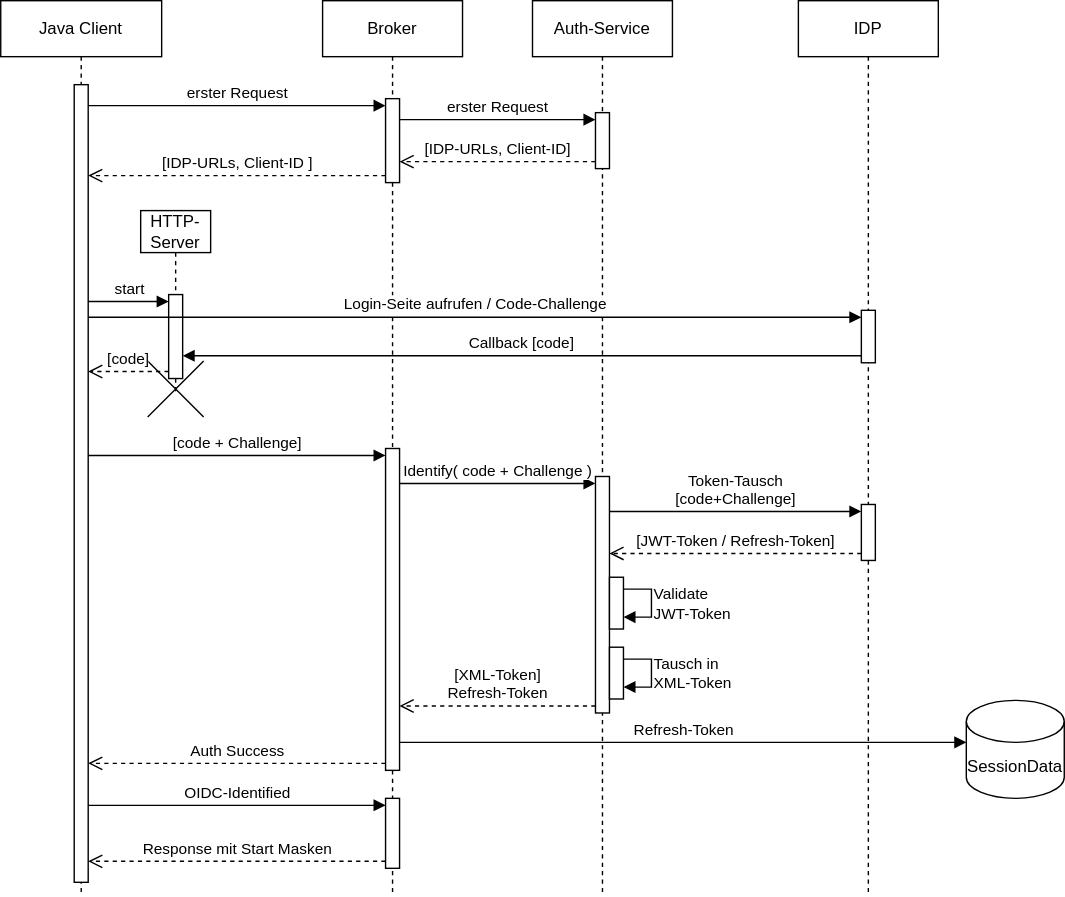
Before: v4.8.preview/doc/authentication-service/media/oidc-login-flow.drawio.svg, a diagram exported from draw.io (FrameworkSystemsGmbH/fsdocs). Source tidied: cells renumbered, new cells last; positions are measured from the earlier drawing's top-left corner, leaving out a move shared by most shapes. Source of this version:
```xml
<mxGraphModel background="#ffffff">
  <root>
    <mxCell id="0" />
    <mxCell id="1" parent="0" />
    <mxCell id="2" value="Java Client" style="shape=umlLifeline;perimeter=lifelinePerimeter;whiteSpace=wrap;html=1;newEdgeStyle={&quot;edgeStyle&quot;:&quot;elbowEdgeStyle&quot;,&quot;elbow&quot;:&quot;vertical&quot;,&quot;curved&quot;:0,&quot;rounded&quot;:0};" parent="1" vertex="1">
      <mxGeometry width="115" height="640" as="geometry" />
    </mxCell>
    <mxCell id="3" style="html=1;points=[[0,0,0,0,5],[0,1,0,0,-5],[1,0,0,0,5],[1,1,0,0,-5]];perimeter=orthogonalPerimeter;outlineConnect=0;targetShapes=umlLifeline;portConstraint=eastwest;newEdgeStyle={&quot;curved&quot;:0,&quot;rounded&quot;:0};" parent="2" vertex="1">
      <mxGeometry x="52.5" y="60" width="10" height="570" as="geometry" />
    </mxCell>
    <mxCell id="4" value="Broker" style="shape=umlLifeline;perimeter=lifelinePerimeter;whiteSpace=wrap;html=1;newEdgeStyle={&quot;edgeStyle&quot;:&quot;elbowEdgeStyle&quot;,&quot;elbow&quot;:&quot;vertical&quot;,&quot;curved&quot;:0,&quot;rounded&quot;:0};" parent="1" vertex="1">
      <mxGeometry x="230" width="100" height="640" as="geometry" />
    </mxCell>
    <mxCell id="5" style="html=1;points=[[0,0,0,0,5],[0,1,0,0,-5],[1,0,0,0,5],[1,1,0,0,-5]];perimeter=orthogonalPerimeter;outlineConnect=0;targetShapes=umlLifeline;portConstraint=eastwest;newEdgeStyle={&quot;curved&quot;:0,&quot;rounded&quot;:0};" parent="4" vertex="1">
      <mxGeometry x="45" y="70" width="10" height="60" as="geometry" />
    </mxCell>
    <mxCell id="6" style="html=1;points=[[0,0,0,0,5],[0,1,0,0,-5],[1,0,0,0,5],[1,1,0,0,-5]];perimeter=orthogonalPerimeter;outlineConnect=0;targetShapes=umlLifeline;portConstraint=eastwest;newEdgeStyle={&quot;curved&quot;:0,&quot;rounded&quot;:0};" parent="4" vertex="1">
      <mxGeometry x="45" y="320" width="10" height="230" as="geometry" />
    </mxCell>
    <mxCell id="7" style="html=1;points=[[0,0,0,0,5],[0,1,0,0,-5],[1,0,0,0,5],[1,1,0,0,-5]];perimeter=orthogonalPerimeter;outlineConnect=0;targetShapes=umlLifeline;portConstraint=eastwest;newEdgeStyle={&quot;curved&quot;:0,&quot;rounded&quot;:0};" parent="4" vertex="1">
      <mxGeometry x="45" y="570" width="10" height="50" as="geometry" />
    </mxCell>
    <mxCell id="8" value="erster Request" style="html=1;verticalAlign=bottom;endArrow=block;curved=0;rounded=0;entryX=0;entryY=0;entryDx=0;entryDy=5;entryPerimeter=0;" parent="1" edge="1" source="3" target="5">
      <mxGeometry relative="1" as="geometry" />
    </mxCell>
    <mxCell id="9" value="Auth-Service" style="shape=umlLifeline;perimeter=lifelinePerimeter;whiteSpace=wrap;html=1;newEdgeStyle={&quot;edgeStyle&quot;:&quot;elbowEdgeStyle&quot;,&quot;elbow&quot;:&quot;vertical&quot;,&quot;curved&quot;:0,&quot;rounded&quot;:0};" parent="1" vertex="1">
      <mxGeometry x="380" width="100" height="640" as="geometry" />
    </mxCell>
    <mxCell id="10" style="html=1;points=[[0,0,0,0,5],[0,1,0,0,-5],[1,0,0,0,5],[1,1,0,0,-5]];perimeter=orthogonalPerimeter;outlineConnect=0;targetShapes=umlLifeline;portConstraint=eastwest;newEdgeStyle={&quot;curved&quot;:0,&quot;rounded&quot;:0};" parent="9" vertex="1">
      <mxGeometry x="45" y="80" width="10" height="40" as="geometry" />
    </mxCell>
    <mxCell id="11" style="html=1;points=[[0,0,0,0,5],[0,1,0,0,-5],[1,0,0,0,5],[1,1,0,0,-5]];perimeter=orthogonalPerimeter;outlineConnect=0;targetShapes=umlLifeline;portConstraint=eastwest;newEdgeStyle={&quot;curved&quot;:0,&quot;rounded&quot;:0};" parent="9" vertex="1">
      <mxGeometry x="45" y="340" width="10" height="169" as="geometry" />
    </mxCell>
    <mxCell id="12" style="html=1;points=[[0,0,0,0,5],[0,1,0,0,-5],[1,0,0,0,5],[1,1,0,0,-5]];perimeter=orthogonalPerimeter;outlineConnect=0;targetShapes=umlLifeline;portConstraint=eastwest;newEdgeStyle={&quot;curved&quot;:0,&quot;rounded&quot;:0};" parent="9" vertex="1">
      <mxGeometry x="55" y="412" width="10" height="37" as="geometry" />
    </mxCell>
    <mxCell id="13" value="Validate&lt;br&gt;JWT-Token" style="html=1;verticalAlign=middle;endArrow=block;curved=0;rounded=0;labelPosition=right;verticalLabelPosition=middle;align=left;" parent="9" edge="1" source="12" target="12">
      <mxGeometry relative="1" as="geometry" />
    </mxCell>
    <mxCell id="14" style="html=1;points=[[0,0,0,0,5],[0,1,0,0,-5],[1,0,0,0,5],[1,1,0,0,-5]];perimeter=orthogonalPerimeter;outlineConnect=0;targetShapes=umlLifeline;portConstraint=eastwest;newEdgeStyle={&quot;curved&quot;:0,&quot;rounded&quot;:0};" parent="9" vertex="1">
      <mxGeometry x="55" y="462" width="10" height="37" as="geometry" />
    </mxCell>
    <mxCell id="15" value="Tausch in&lt;br&gt;XML-Token" style="html=1;verticalAlign=middle;endArrow=block;curved=0;rounded=0;labelPosition=right;verticalLabelPosition=middle;align=left;" parent="9" edge="1" source="14" target="14">
      <mxGeometry relative="1" as="geometry" />
    </mxCell>
    <mxCell id="16" value="erster Request" style="html=1;verticalAlign=bottom;endArrow=block;curved=0;rounded=0;entryX=0;entryY=0;entryDx=0;entryDy=5;entryPerimeter=0;" parent="1" edge="1" source="5" target="10">
      <mxGeometry relative="1" as="geometry" />
    </mxCell>
    <mxCell id="17" value="[IDP-URLs, Client-ID]" style="html=1;verticalAlign=bottom;endArrow=open;dashed=1;endSize=8;curved=0;rounded=0;exitX=0;exitY=1;exitDx=0;exitDy=-5;exitPerimeter=0;" parent="1" edge="1" source="10" target="5">
      <mxGeometry relative="1" as="geometry" />
    </mxCell>
    <mxCell id="18" value="&lt;span style=&quot;color: rgb(0, 0, 0);&quot;&gt;[IDP-URLs, Client-ID&lt;/span&gt;&lt;span style=&quot;color: rgb(0, 0, 0);&quot;&gt;]&lt;/span&gt;" style="html=1;verticalAlign=bottom;endArrow=open;dashed=1;endSize=8;curved=0;rounded=0;exitX=0;exitY=1;exitDx=0;exitDy=-5;exitPerimeter=0;" parent="1" edge="1" source="5" target="3">
      <mxGeometry relative="1" as="geometry" />
    </mxCell>
    <mxCell id="19" value="HTTP-Server" style="shape=umlLifeline;perimeter=lifelinePerimeter;whiteSpace=wrap;html=1;newEdgeStyle={&quot;edgeStyle&quot;:&quot;elbowEdgeStyle&quot;,&quot;elbow&quot;:&quot;vertical&quot;,&quot;curved&quot;:0,&quot;rounded&quot;:0};size=30;" parent="1" vertex="1">
      <mxGeometry x="100" y="150" width="50" height="130" as="geometry" />
    </mxCell>
    <mxCell id="20" style="html=1;points=[[0,0,0,0,5],[0,1,0,0,-5],[1,0,0,0,5],[1,1,0,0,-5]];perimeter=orthogonalPerimeter;outlineConnect=0;targetShapes=umlLifeline;portConstraint=eastwest;newEdgeStyle={&quot;curved&quot;:0,&quot;rounded&quot;:0};" parent="19" vertex="1">
      <mxGeometry x="20" y="60" width="10" height="60" as="geometry" />
    </mxCell>
    <mxCell id="21" style="shape=umlDestroy;dashed=0;targetShapes=umlLifeline;" parent="19" vertex="1">
      <mxGeometry x="5" y="107.5" width="40" height="40" as="geometry" />
    </mxCell>
    <mxCell id="22" value="IDP" style="shape=umlLifeline;perimeter=lifelinePerimeter;whiteSpace=wrap;html=1;newEdgeStyle={&quot;edgeStyle&quot;:&quot;elbowEdgeStyle&quot;,&quot;elbow&quot;:&quot;vertical&quot;,&quot;curved&quot;:0,&quot;rounded&quot;:0};" parent="1" vertex="1">
      <mxGeometry x="570" width="100" height="640" as="geometry" />
    </mxCell>
    <mxCell id="23" style="html=1;points=[[0,0,0,0,5],[0,1,0,0,-5],[1,0,0,0,5],[1,1,0,0,-5]];perimeter=orthogonalPerimeter;outlineConnect=0;targetShapes=umlLifeline;portConstraint=eastwest;newEdgeStyle={&quot;curved&quot;:0,&quot;rounded&quot;:0};" parent="22" vertex="1">
      <mxGeometry x="45" y="221.2" width="10" height="37.5" as="geometry" />
    </mxCell>
    <mxCell id="24" style="html=1;points=[[0,0,0,0,5],[0,1,0,0,-5],[1,0,0,0,5],[1,1,0,0,-5]];perimeter=orthogonalPerimeter;outlineConnect=0;targetShapes=umlLifeline;portConstraint=eastwest;newEdgeStyle={&quot;curved&quot;:0,&quot;rounded&quot;:0};" parent="22" vertex="1">
      <mxGeometry x="45" y="360" width="10" height="40" as="geometry" />
    </mxCell>
    <mxCell id="25" value="Login-Seite aufrufen / Code-Challenge" style="html=1;verticalAlign=bottom;endArrow=block;curved=0;rounded=0;entryX=0;entryY=0;entryDx=0;entryDy=5;entryPerimeter=0;" parent="1" edge="1" source="3" target="23">
      <mxGeometry relative="1" as="geometry" />
    </mxCell>
    <mxCell id="26" value="Callback [code]" style="html=1;verticalAlign=bottom;endArrow=block;curved=0;rounded=0;exitX=0;exitY=1;exitDx=0;exitDy=-5;exitPerimeter=0;" parent="1" edge="1" source="23" target="20">
      <mxGeometry relative="1" as="geometry" />
    </mxCell>
    <mxCell id="27" value="[code]" style="edgeStyle=none;html=1;curved=0;rounded=0;exitX=0;exitY=1;exitDx=0;exitDy=-5;exitPerimeter=0;verticalAlign=bottom;endArrow=open;dashed=1;endSize=8;" parent="1" edge="1" source="20" target="3">
      <mxGeometry relative="1" as="geometry" />
    </mxCell>
    <mxCell id="28" value="Token-Tausch&lt;br&gt;[code+Challenge]" style="html=1;verticalAlign=bottom;endArrow=block;curved=0;rounded=0;entryX=0;entryY=0;entryDx=0;entryDy=5;entryPerimeter=0;" parent="1" edge="1" source="11" target="24">
      <mxGeometry relative="1" as="geometry" />
    </mxCell>
    <mxCell id="29" value="[JWT-Token / Refresh-Token]" style="html=1;verticalAlign=bottom;endArrow=open;dashed=1;endSize=8;curved=0;rounded=0;exitX=0;exitY=1;exitDx=0;exitDy=-5;exitPerimeter=0;" parent="1" edge="1" source="24" target="11">
      <mxGeometry relative="1" as="geometry" />
    </mxCell>
    <mxCell id="30" value="[code + Challenge]" style="html=1;verticalAlign=bottom;endArrow=block;curved=0;rounded=0;entryX=0;entryY=0;entryDx=0;entryDy=5;entryPerimeter=0;" parent="1" edge="1" source="3" target="6">
      <mxGeometry relative="1" as="geometry" />
    </mxCell>
    <mxCell id="31" value="Identify(&lt;span style=&quot;color: rgb(0, 0, 0);&quot;&gt;code + Challenge&lt;/span&gt;)" style="html=1;verticalAlign=bottom;endArrow=block;curved=0;rounded=0;entryX=0;entryY=0;entryDx=0;entryDy=5;entryPerimeter=0;" parent="1" edge="1" source="6" target="11">
      <mxGeometry relative="1" as="geometry" />
    </mxCell>
    <mxCell id="32" value="[XML-Token]&lt;br&gt;Refresh-Token" style="html=1;verticalAlign=bottom;endArrow=open;dashed=1;endSize=8;curved=0;rounded=0;exitX=0;exitY=1;exitDx=0;exitDy=-5;exitPerimeter=0;" parent="1" edge="1" source="11" target="6">
      <mxGeometry relative="1" as="geometry" />
    </mxCell>
    <mxCell id="33" value="start" style="html=1;verticalAlign=bottom;endArrow=block;curved=0;rounded=0;entryX=0;entryY=0;entryDx=0;entryDy=5;entryPerimeter=0;" parent="1" edge="1" source="3" target="20">
      <mxGeometry relative="1" as="geometry" />
    </mxCell>
    <mxCell id="34" value="Response mit Start Masken" style="html=1;verticalAlign=bottom;endArrow=open;dashed=1;endSize=8;curved=0;rounded=0;exitX=0;exitY=1;exitDx=0;exitDy=-5;exitPerimeter=0;" parent="1" edge="1" source="7" target="3">
      <mxGeometry relative="1" as="geometry" />
    </mxCell>
    <mxCell id="35" value="&lt;span style=&quot;color: rgb(0, 0, 0);&quot;&gt;SessionData&lt;/span&gt;" style="shape=cylinder3;whiteSpace=wrap;html=1;boundedLbl=1;backgroundOutline=1;size=15;" parent="1" vertex="1">
      <mxGeometry x="690" y="500" width="70" height="70" as="geometry" />
    </mxCell>
    <mxCell id="36" value="Refresh-Token" style="html=1;verticalAlign=bottom;endArrow=block;curved=0;rounded=0;entryX=0;entryY=0;entryDx=0;entryDy=30;entryPerimeter=0;" parent="1" edge="1" source="6" target="35">
      <mxGeometry relative="1" as="geometry" />
    </mxCell>
    <mxCell id="37" value="Auth Success" style="html=1;verticalAlign=bottom;endArrow=open;dashed=1;endSize=8;curved=0;rounded=0;exitX=0;exitY=1;exitDx=0;exitDy=-5;exitPerimeter=0;" parent="1" edge="1" source="6" target="3">
      <mxGeometry relative="1" as="geometry" />
    </mxCell>
    <mxCell id="38" value="OIDC-Identified" style="html=1;verticalAlign=bottom;endArrow=block;curved=0;rounded=0;entryX=0;entryY=0;entryDx=0;entryDy=5;entryPerimeter=0;" parent="1" edge="1" source="3" target="7">
      <mxGeometry relative="1" as="geometry" />
    </mxCell>
  </root>
</mxGraphModel>
```
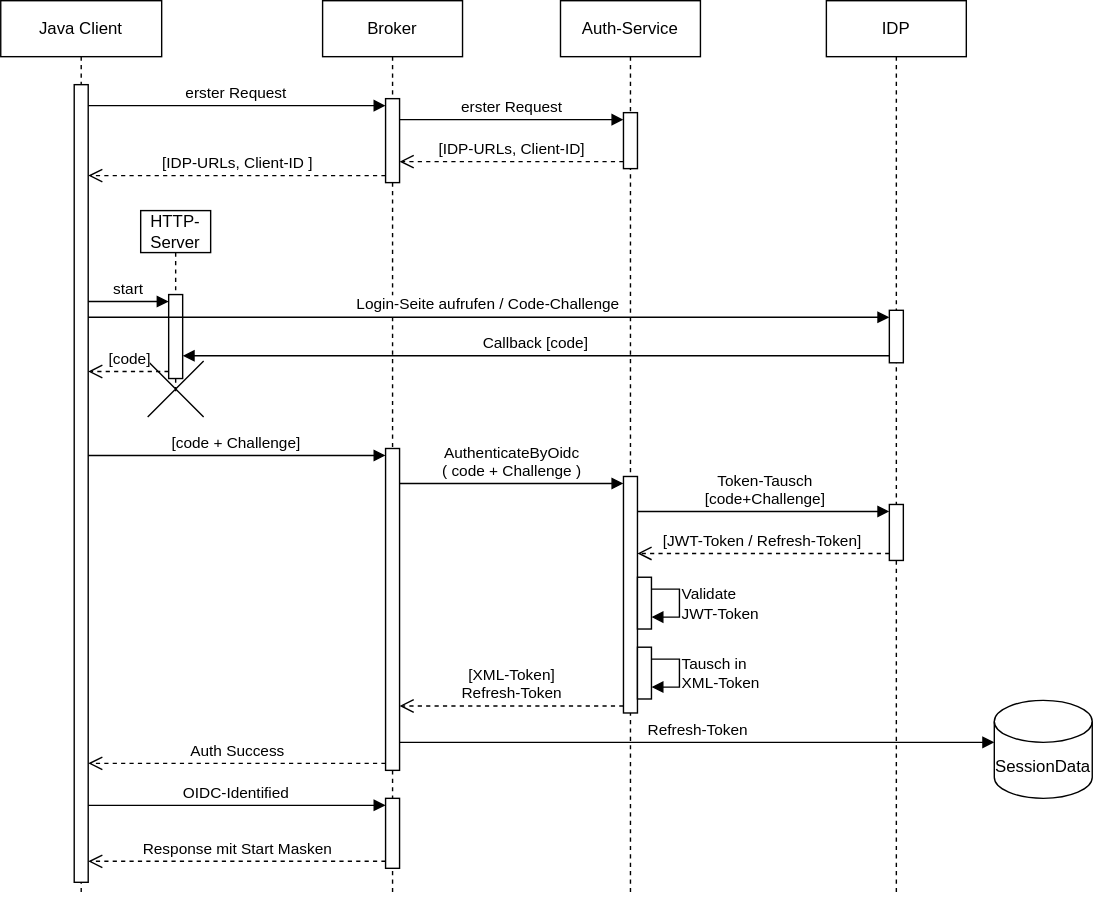
After the commit.

Diff of the diagram source:
```diff
@@ -24,7 +24,7 @@
       <mxGeometry relative="1" as="geometry" />
     </mxCell>
     <mxCell id="9" value="Auth-Service" style="shape=umlLifeline;perimeter=lifelinePerimeter;whiteSpace=wrap;html=1;newEdgeStyle={&quot;edgeStyle&quot;:&quot;elbowEdgeStyle&quot;,&quot;elbow&quot;:&quot;vertical&quot;,&quot;curved&quot;:0,&quot;rounded&quot;:0};" parent="1" vertex="1">
-      <mxGeometry x="380" width="100" height="640" as="geometry" />
+      <mxGeometry x="400" width="100" height="640" as="geometry" />
     </mxCell>
     <mxCell id="10" style="html=1;points=[[0,0,0,0,5],[0,1,0,0,-5],[1,0,0,0,5],[1,1,0,0,-5]];perimeter=orthogonalPerimeter;outlineConnect=0;targetShapes=umlLifeline;portConstraint=eastwest;newEdgeStyle={&quot;curved&quot;:0,&quot;rounded&quot;:0};" parent="9" vertex="1">
       <mxGeometry x="45" y="80" width="10" height="40" as="geometry" />
@@ -63,7 +63,7 @@
       <mxGeometry x="5" y="107.5" width="40" height="40" as="geometry" />
     </mxCell>
     <mxCell id="22" value="IDP" style="shape=umlLifeline;perimeter=lifelinePerimeter;whiteSpace=wrap;html=1;newEdgeStyle={&quot;edgeStyle&quot;:&quot;elbowEdgeStyle&quot;,&quot;elbow&quot;:&quot;vertical&quot;,&quot;curved&quot;:0,&quot;rounded&quot;:0};" parent="1" vertex="1">
-      <mxGeometry x="570" width="100" height="640" as="geometry" />
+      <mxGeometry x="590" width="100" height="640" as="geometry" />
     </mxCell>
     <mxCell id="23" style="html=1;points=[[0,0,0,0,5],[0,1,0,0,-5],[1,0,0,0,5],[1,1,0,0,-5]];perimeter=orthogonalPerimeter;outlineConnect=0;targetShapes=umlLifeline;portConstraint=eastwest;newEdgeStyle={&quot;curved&quot;:0,&quot;rounded&quot;:0};" parent="22" vertex="1">
       <mxGeometry x="45" y="221.2" width="10" height="37.5" as="geometry" />
@@ -89,7 +89,7 @@
     <mxCell id="30" value="[code + Challenge]" style="html=1;verticalAlign=bottom;endArrow=block;curved=0;rounded=0;entryX=0;entryY=0;entryDx=0;entryDy=5;entryPerimeter=0;" parent="1" edge="1" source="3" target="6">
       <mxGeometry relative="1" as="geometry" />
     </mxCell>
-    <mxCell id="31" value="Identify(&lt;span style=&quot;color: rgb(0, 0, 0);&quot;&gt;code + Challenge&lt;/span&gt;)" style="html=1;verticalAlign=bottom;endArrow=block;curved=0;rounded=0;entryX=0;entryY=0;entryDx=0;entryDy=5;entryPerimeter=0;" parent="1" edge="1" source="6" target="11">
+    <mxCell id="31" value="AuthenticateByOidc&lt;div&gt;(&lt;span style=&quot;color: rgb(0, 0, 0);&quot;&gt;code + Challenge&lt;/span&gt;)&lt;/div&gt;" style="html=1;verticalAlign=bottom;endArrow=block;curved=0;rounded=0;entryX=0;entryY=0;entryDx=0;entryDy=5;entryPerimeter=0;" parent="1" edge="1" source="6" target="11">
       <mxGeometry relative="1" as="geometry" />
     </mxCell>
     <mxCell id="32" value="[XML-Token]&lt;br&gt;Refresh-Token" style="html=1;verticalAlign=bottom;endArrow=open;dashed=1;endSize=8;curved=0;rounded=0;exitX=0;exitY=1;exitDx=0;exitDy=-5;exitPerimeter=0;" parent="1" edge="1" source="11" target="6">
@@ -102,7 +102,7 @@
       <mxGeometry relative="1" as="geometry" />
     </mxCell>
     <mxCell id="35" value="&lt;span style=&quot;color: rgb(0, 0, 0);&quot;&gt;SessionData&lt;/span&gt;" style="shape=cylinder3;whiteSpace=wrap;html=1;boundedLbl=1;backgroundOutline=1;size=15;" parent="1" vertex="1">
-      <mxGeometry x="690" y="500" width="70" height="70" as="geometry" />
+      <mxGeometry x="710" y="500" width="70" height="70" as="geometry" />
     </mxCell>
     <mxCell id="36" value="Refresh-Token" style="html=1;verticalAlign=bottom;endArrow=block;curved=0;rounded=0;entryX=0;entryY=0;entryDx=0;entryDy=30;entryPerimeter=0;" parent="1" edge="1" source="6" target="35">
       <mxGeometry relative="1" as="geometry" />
```
